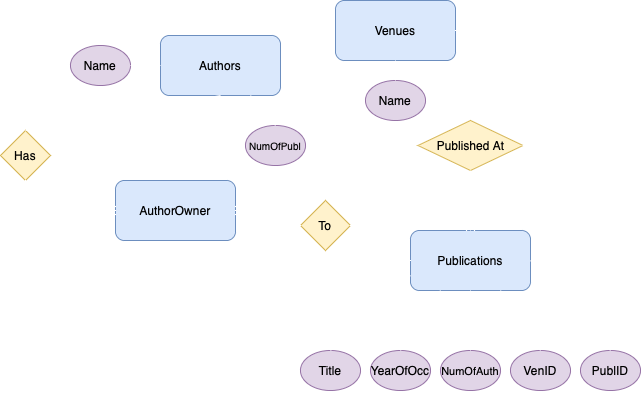
This is ER_Diagram.png from FChamb/CS1003_P3, a draw.io export, as it was before one commit. Source tidied: cells renumbered, new cells last; positions are measured from the earlier drawing's top-left corner, leaving out a move shared by most shapes.
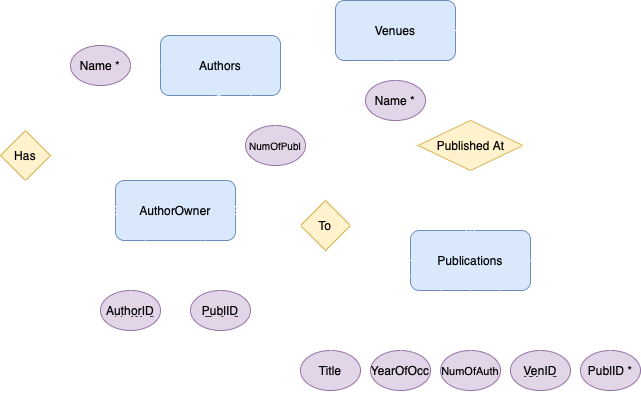
Above is the later version.

Change to the diagram source:
```diff
@@ -11,10 +11,10 @@
     <mxCell id="4" value="Venues" style="rounded=1;whiteSpace=wrap;html=1;fillColor=#dae8fc;strokeColor=#6c8ebf;" parent="1" vertex="1">
       <mxGeometry x="335" width="120" height="60" as="geometry" />
     </mxCell>
-    <mxCell id="5" value="Name" style="ellipse;whiteSpace=wrap;html=1;fillColor=#e1d5e7;strokeColor=#9673a6;" parent="1" vertex="1">
+    <mxCell id="5" value="Name *" style="ellipse;whiteSpace=wrap;html=1;fillColor=#e1d5e7;strokeColor=#9673a6;" parent="1" vertex="1">
       <mxGeometry x="70" y="45" width="60" height="40" as="geometry" />
     </mxCell>
-    <mxCell id="6" value="Name" style="ellipse;whiteSpace=wrap;html=1;fillColor=#e1d5e7;strokeColor=#9673a6;" parent="1" vertex="1">
+    <mxCell id="6" value="Name *" style="ellipse;whiteSpace=wrap;html=1;fillColor=#e1d5e7;strokeColor=#9673a6;" parent="1" vertex="1">
       <mxGeometry x="365" y="80" width="60" height="40" as="geometry" />
     </mxCell>
     <mxCell id="7" style="endArrow=none;html=1;rounded=0;exitX=1;exitY=0.5;exitDx=0;exitDy=0;entryX=0;entryY=0.5;entryDx=0;entryDy=0;strokeColor=#FFFFFF;" parent="1" edge="1" source="5" target="2">
@@ -41,10 +41,10 @@
     <mxCell id="14" value="YearOfOcc" style="ellipse;whiteSpace=wrap;html=1;fillColor=#e1d5e7;strokeColor=#9673a6;" parent="1" vertex="1">
       <mxGeometry x="370" y="350" width="60" height="40" as="geometry" />
     </mxCell>
-    <mxCell id="15" value="PublID" style="ellipse;whiteSpace=wrap;html=1;fillColor=#e1d5e7;strokeColor=#9673a6;" parent="1" vertex="1">
+    <mxCell id="15" value="PublID *" style="ellipse;whiteSpace=wrap;html=1;fillColor=#e1d5e7;strokeColor=#9673a6;" parent="1" vertex="1">
       <mxGeometry x="580" y="350" width="60" height="40" as="geometry" />
     </mxCell>
-    <mxCell id="16" value="VenID" style="ellipse;whiteSpace=wrap;html=1;fillColor=#e1d5e7;strokeColor=#9673a6;" parent="1" vertex="1">
+    <mxCell id="16" value="&lt;u&gt;VenID&lt;/u&gt;" style="ellipse;whiteSpace=wrap;html=1;fillColor=#e1d5e7;strokeColor=#9673a6;" parent="1" vertex="1">
       <mxGeometry x="510" y="350" width="60" height="40" as="geometry" />
     </mxCell>
     <mxCell id="17" style="edgeStyle=orthogonalEdgeStyle;rounded=0;orthogonalLoop=1;jettySize=auto;html=1;exitX=0.5;exitY=1;exitDx=0;exitDy=0;" parent="1" edge="1" source="13" target="13">
@@ -94,5 +94,17 @@
     <mxCell id="31" style="fontSize=12;html=1;endArrow=ERoneToMany;rounded=0;labelBackgroundColor=default;fontFamily=Helvetica;fontColor=default;shape=connector;entryX=0.5;entryY=0;entryDx=0;entryDy=0;exitX=0.5;exitY=1;exitDx=0;exitDy=0;strokeColor=#FFFFFF;" parent="1" edge="1" source="24" target="3">
       <mxGeometry relative="1" as="geometry" />
     </mxCell>
+    <mxCell id="32" value="&lt;u&gt;AuthorID&lt;/u&gt;" style="ellipse;whiteSpace=wrap;html=1;fillColor=#e1d5e7;strokeColor=#9673a6;" parent="1" vertex="1">
+      <mxGeometry x="100" y="290" width="60" height="40" as="geometry" />
+    </mxCell>
+    <mxCell id="33" value="&lt;u&gt;PublID&lt;/u&gt;" style="ellipse;whiteSpace=wrap;html=1;fillColor=#e1d5e7;strokeColor=#9673a6;" parent="1" vertex="1">
+      <mxGeometry x="190" y="290" width="60" height="40" as="geometry" />
+    </mxCell>
+    <mxCell id="34" style="endArrow=none;html=1;rounded=0;labelBackgroundColor=default;strokeColor=#ffffff;fontFamily=Helvetica;fontSize=12;fontColor=default;shape=connector;entryX=0.25;entryY=1;entryDx=0;entryDy=0;exitX=0.5;exitY=0;exitDx=0;exitDy=0;" parent="1" edge="1" source="32" target="11">
+      <mxGeometry relative="1" as="geometry" />
+    </mxCell>
+    <mxCell id="35" style="endArrow=none;html=1;rounded=0;labelBackgroundColor=default;strokeColor=#ffffff;fontFamily=Helvetica;fontSize=12;fontColor=default;shape=connector;entryX=0.5;entryY=0;entryDx=0;entryDy=0;exitX=0.75;exitY=1;exitDx=0;exitDy=0;" parent="1" edge="1" source="11" target="33">
+      <mxGeometry relative="1" as="geometry" />
+    </mxCell>
   </root>
 </mxGraphModel>
```
